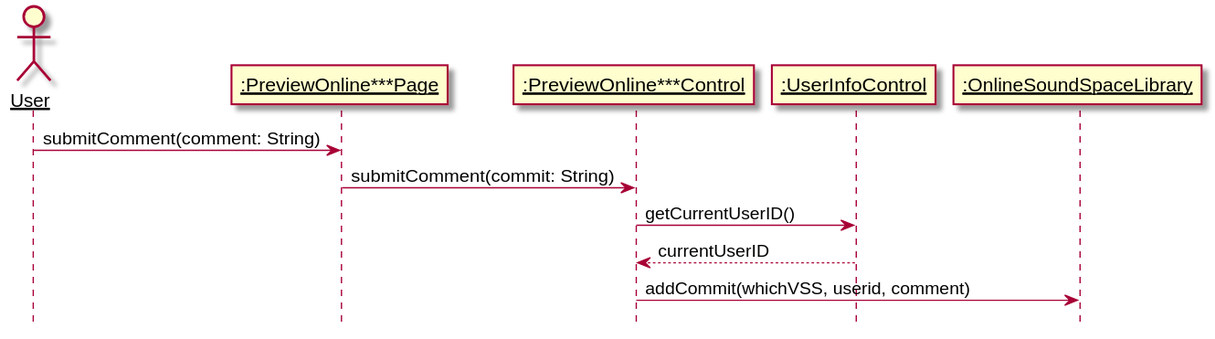
The PlantUML diagram 设计/Diagrams/CommentVSS.svg in kpp19920121/doc, before a commit.
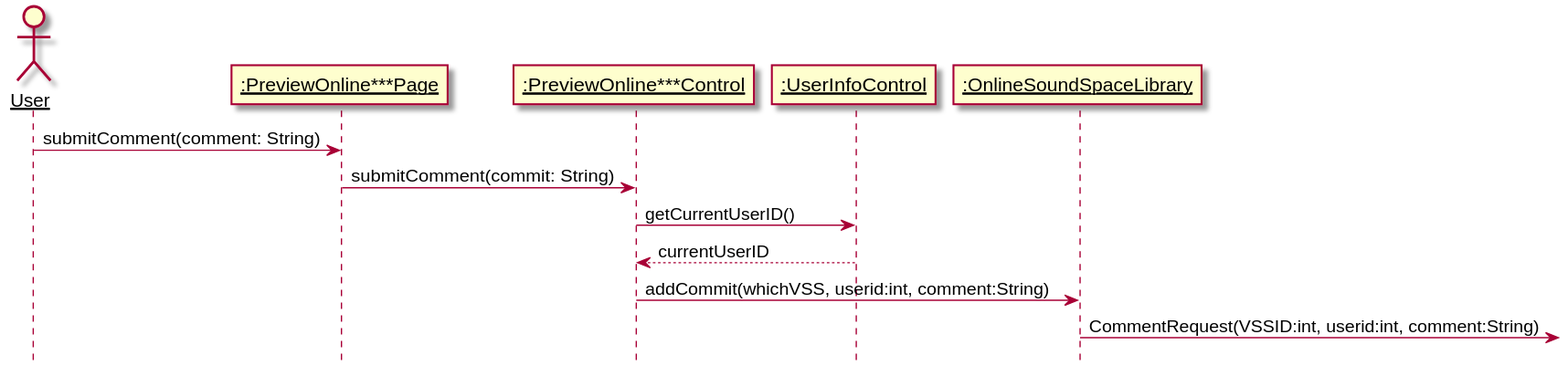
Above is the later version.

The edit, as a diff of the source:
```diff
@@ -11,5 +11,6 @@
 page -> control: submitComment(commit: String)
 control -> info: getCurrentUserID()
 info --> control: currentUserID
-control -> library: addCommit(whichVSS, userid, comment)
+control -> library: addCommit(whichVSS, userid:int, comment:String)
+library->:CommentRequest(VSSID:int, userid:int, comment:String)
 @enduml
```
